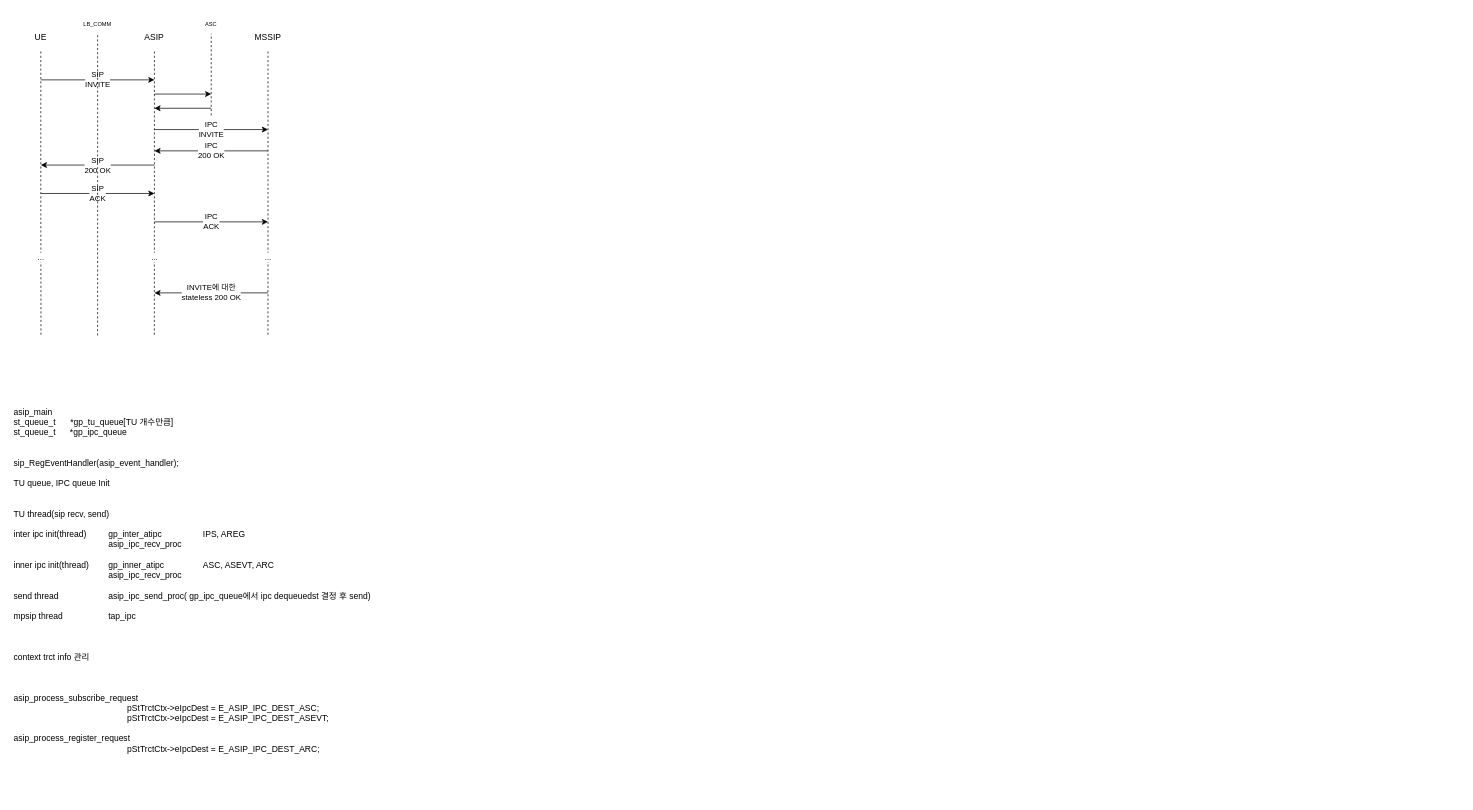
This is ATIPC.drawio from JaeHyeon774/NEWTIL, a draw.io file, before an edit. Source tidied: cells renumbered, new cells numbered last; positions are measured from the earlier drawing's top-left corner, leaving out a move shared by most shapes. Both pictures are drawn from the tidied source at 71%, with x=0, y=0 at pixel (12, 12).
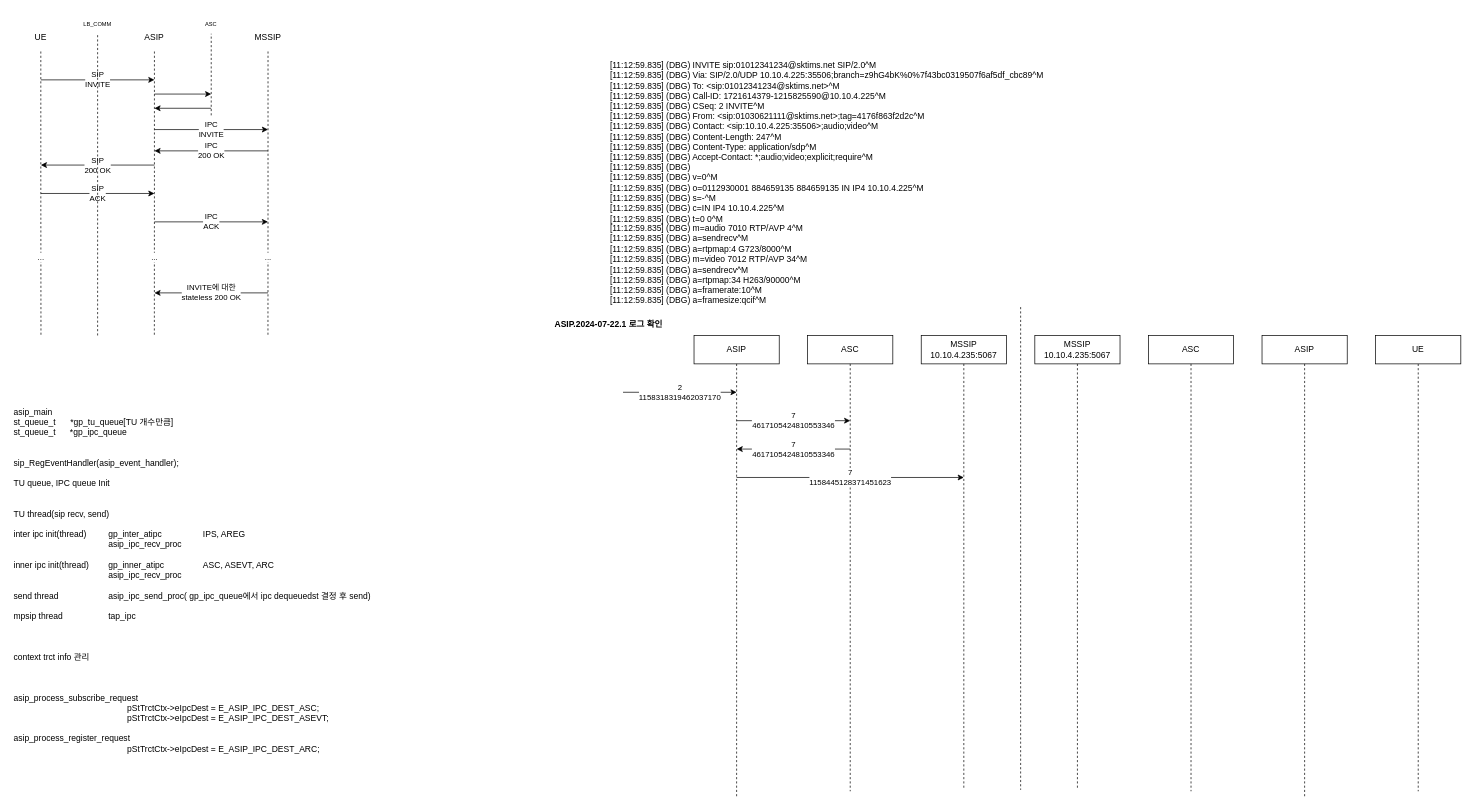
The same diagram, later.

Diff of the diagram source:
```diff
@@
+    <mxCell id="22" value="&lt;div&gt;[11:12:59.835] (DBG) INVITE sip:01012341234@sktims.net SIP/2.0^M&lt;/div&gt;&lt;div&gt;[11:12:59.835] (DBG) Via: SIP/2.0/UDP 10.10.4.225:35506;branch=z9hG4bK%0%7f43bc0319507f6af5df_cbc89^M&lt;/div&gt;&lt;div&gt;[11:12:59.835] (DBG) To: &amp;lt;sip:01012341234@sktims.net&amp;gt;^M&lt;/div&gt;&lt;div&gt;[11:12:59.835] (DBG) Call-ID: 1721614379-1215825590@10.10.4.225^M&lt;/div&gt;&lt;div&gt;[11:12:59.835] (DBG) CSeq: 2 INVITE^M&lt;/div&gt;&lt;div&gt;[11:12:59.835] (DBG) From: &amp;lt;sip:01030621111@sktims.net&amp;gt;;tag=4176f863f2d2c^M&lt;/div&gt;&lt;div&gt;[11:12:59.835] (DBG) Contact: &amp;lt;sip:10.10.4.225:35506&amp;gt;;audio;video^M&lt;/div&gt;&lt;div&gt;[11:12:59.835] (DBG) Content-Length: 247^M&lt;/div&gt;&lt;div&gt;[11:12:59.835] (DBG) Content-Type: application/sdp^M&lt;/div&gt;&lt;div&gt;[11:12:59.835] (DBG) Accept-Contact: *;audio;video;explicit;require^M&lt;/div&gt;&lt;div&gt;[11:12:59.835] (DBG)&lt;/div&gt;&lt;div&gt;[11:12:59.835] (DBG) v=0^M&lt;/div&gt;&lt;div&gt;[11:12:59.835] (DBG) o=0112930001 884659135 884659135 IN IP4 10.10.4.225^M&lt;/div&gt;&lt;div&gt;[11:12:59.835] (DBG) s=-^M&lt;/div&gt;&lt;div&gt;[11:12:59.835] (DBG) c=IN IP4 10.10.4.225^M&lt;/div&gt;&lt;div&gt;[11:12:59.835] (DBG) t=0 0^M&lt;/div&gt;&lt;div&gt;[11:12:59.835] (DBG) m=audio 7010 RTP/AVP 4^M&lt;/div&gt;&lt;div&gt;[11:12:59.835] (DBG) a=sendrecv^M&lt;/div&gt;&lt;div&gt;[11:12:59.835] (DBG) a=rtpmap:4 G723/8000^M&lt;/div&gt;&lt;div&gt;[11:12:59.835] (DBG) m=video 7012 RTP/AVP 34^M&lt;/div&gt;&lt;div&gt;[11:12:59.835] (DBG) a=sendrecv^M&lt;/div&gt;&lt;div&gt;[11:12:59.835] (DBG) a=rtpmap:34 H263/90000^M&lt;/div&gt;&lt;div&gt;[11:12:59.835] (DBG) a=framerate:10^M&lt;/div&gt;&lt;div&gt;[11:12:59.835] (DBG) a=framesize:qcif^M&lt;/div&gt;" style="text;html=1;align=left;verticalAlign=middle;whiteSpace=wrap;rounded=0;" parent="1" vertex="1">
+      <mxGeometry x="840" y="55" width="630" height="370" as="geometry" />
+    </mxCell>
+    <mxCell id="23" style="edgeStyle=orthogonalEdgeStyle;rounded=0;jettySize=auto;html=1;exitX=0.5;exitY=1;exitDx=0;exitDy=0;dashed=1;endArrow=none;endFill=0;" parent="1" edge="1" source="24">
+      <mxGeometry relative="1" as="geometry">
+        <mxPoint x="1980" y="1097" as="targetPoint" />
+      </mxGeometry>
+    </mxCell>
+    <mxCell id="24" value="UE" style="rounded=0;whiteSpace=wrap;html=1;" parent="1" vertex="1">
+      <mxGeometry x="1920" y="455" width="120" height="40" as="geometry" />
+    </mxCell>
+    <mxCell id="25" value="ASIP" style="rounded=0;whiteSpace=wrap;html=1;" parent="1" vertex="1">
+      <mxGeometry x="960" y="455" width="120" height="40" as="geometry" />
+    </mxCell>
+    <mxCell id="26" style="edgeStyle=orthogonalEdgeStyle;rounded=0;jettySize=auto;html=1;exitX=0.5;exitY=1;exitDx=0;exitDy=0;dashed=1;endArrow=none;endFill=0;" parent="1" edge="1" source="25">
+      <mxGeometry relative="1" as="geometry">
+        <mxPoint x="1020" y="1105" as="targetPoint" />
+      </mxGeometry>
+    </mxCell>
+    <mxCell id="27" value="ASC" style="rounded=0;whiteSpace=wrap;html=1;" parent="1" vertex="1">
+      <mxGeometry x="1120" y="455" width="120" height="40" as="geometry" />
+    </mxCell>
+    <mxCell id="28" style="edgeStyle=orthogonalEdgeStyle;rounded=0;jettySize=auto;html=1;exitX=0.5;exitY=1;exitDx=0;exitDy=0;dashed=1;endArrow=none;endFill=0;" parent="1" edge="1" source="27">
+      <mxGeometry relative="1" as="geometry">
+        <mxPoint x="1180" y="1097" as="targetPoint" />
+      </mxGeometry>
+    </mxCell>
+    <mxCell id="29" value="MSSIP&lt;div&gt;10.10.4.235:5067&lt;/div&gt;" style="rounded=0;whiteSpace=wrap;html=1;" parent="1" vertex="1">
+      <mxGeometry x="1280" y="455" width="120" height="40" as="geometry" />
+    </mxCell>
+    <mxCell id="30" style="edgeStyle=orthogonalEdgeStyle;rounded=0;jettySize=auto;html=1;exitX=0.5;exitY=1;exitDx=0;exitDy=0;dashed=1;endArrow=none;endFill=0;" parent="1" edge="1" source="29">
+      <mxGeometry relative="1" as="geometry">
+        <mxPoint x="1340" y="1095" as="targetPoint" />
+        <Array as="points">
+          <mxPoint x="1340" y="1095" />
+        </Array>
+      </mxGeometry>
+    </mxCell>
+    <mxCell id="31" value="2&lt;div&gt;1158318319462037170&lt;br&gt;&lt;/div&gt;" style="endArrow=classic;html=1;rounded=0;" parent="1" edge="1">
+      <mxGeometry relative="1" as="geometry">
+        <mxPoint x="860" y="535" as="sourcePoint" />
+        <mxPoint x="1020" y="535" as="targetPoint" />
+      </mxGeometry>
+    </mxCell>
+    <mxCell id="32" value="7&lt;div&gt;4617105424810553346&lt;br&gt;&lt;/div&gt;" style="endArrow=classic;html=1;rounded=0;" parent="1" edge="1">
+      <mxGeometry relative="1" as="geometry">
+        <mxPoint x="1020" y="575" as="sourcePoint" />
+        <mxPoint x="1180" y="575" as="targetPoint" />
+      </mxGeometry>
+    </mxCell>
+    <mxCell id="33" value="7&lt;div&gt;1158445128371451623&lt;br&gt;&lt;/div&gt;" style="endArrow=classic;html=1;rounded=0;" parent="1" edge="1">
+      <mxGeometry relative="1" as="geometry">
+        <mxPoint x="1020" y="655" as="sourcePoint" />
+        <mxPoint x="1340" y="655" as="targetPoint" />
+      </mxGeometry>
+    </mxCell>
+    <mxCell id="34" value="&lt;div&gt;7&lt;/div&gt;4617105424810553346" style="endArrow=classic;html=1;rounded=0;" parent="1" edge="1">
+      <mxGeometry relative="1" as="geometry">
+        <mxPoint x="1180" y="615" as="sourcePoint" />
+        <mxPoint x="1020" y="615" as="targetPoint" />
+      </mxGeometry>
+    </mxCell>
+    <mxCell id="35" value="ASIP" style="rounded=0;whiteSpace=wrap;html=1;" parent="1" vertex="1">
+      <mxGeometry x="1760" y="455" width="120" height="40" as="geometry" />
+    </mxCell>
+    <mxCell id="36" style="edgeStyle=orthogonalEdgeStyle;rounded=0;jettySize=auto;html=1;exitX=0.5;exitY=1;exitDx=0;exitDy=0;dashed=1;endArrow=none;endFill=0;" parent="1" edge="1" source="35">
+      <mxGeometry relative="1" as="geometry">
+        <mxPoint x="1820" y="1105" as="targetPoint" />
+      </mxGeometry>
+    </mxCell>
+    <mxCell id="37" value="ASC" style="rounded=0;whiteSpace=wrap;html=1;" parent="1" vertex="1">
+      <mxGeometry x="1600" y="455" width="120" height="40" as="geometry" />
+    </mxCell>
+    <mxCell id="38" style="edgeStyle=orthogonalEdgeStyle;rounded=0;jettySize=auto;html=1;exitX=0.5;exitY=1;exitDx=0;exitDy=0;dashed=1;endArrow=none;endFill=0;" parent="1" edge="1" source="37">
+      <mxGeometry relative="1" as="geometry">
+        <mxPoint x="1660" y="1097" as="targetPoint" />
+      </mxGeometry>
+    </mxCell>
+    <mxCell id="39" style="edgeStyle=orthogonalEdgeStyle;rounded=0;orthogonalLoop=1;jettySize=auto;html=1;exitX=0.5;exitY=1;exitDx=0;exitDy=0;dashed=1;endArrow=none;endFill=0;" parent="1" edge="1">
+      <mxGeometry relative="1" as="geometry">
+        <mxPoint x="1420" y="415" as="sourcePoint" />
+        <mxPoint x="1420" y="1095" as="targetPoint" />
+      </mxGeometry>
+    </mxCell>
+    <mxCell id="40" value="MSSIP&lt;div&gt;10.10.4.235:5067&lt;/div&gt;" style="rounded=0;whiteSpace=wrap;html=1;" parent="1" vertex="1">
+      <mxGeometry x="1440" y="455" width="120" height="40" as="geometry" />
+    </mxCell>
+    <mxCell id="41" style="edgeStyle=orthogonalEdgeStyle;rounded=0;jettySize=auto;html=1;exitX=0.5;exitY=1;exitDx=0;exitDy=0;dashed=1;endArrow=none;endFill=0;" parent="1" edge="1" source="40">
+      <mxGeometry relative="1" as="geometry">
+        <mxPoint x="1500" y="1095" as="targetPoint" />
+        <Array as="points">
+          <mxPoint x="1500" y="1095" />
+        </Array>
+      </mxGeometry>
+    </mxCell>
+    <mxCell id="42" value="&lt;b&gt;ASIP.2024-07-22.1 로그 확인&lt;/b&gt;" style="text;html=1;align=center;verticalAlign=middle;whiteSpace=wrap;rounded=0;" parent="1" vertex="1">
+      <mxGeometry x="740" y="425" width="200" height="30" as="geometry" />
+    </mxCell>
```
